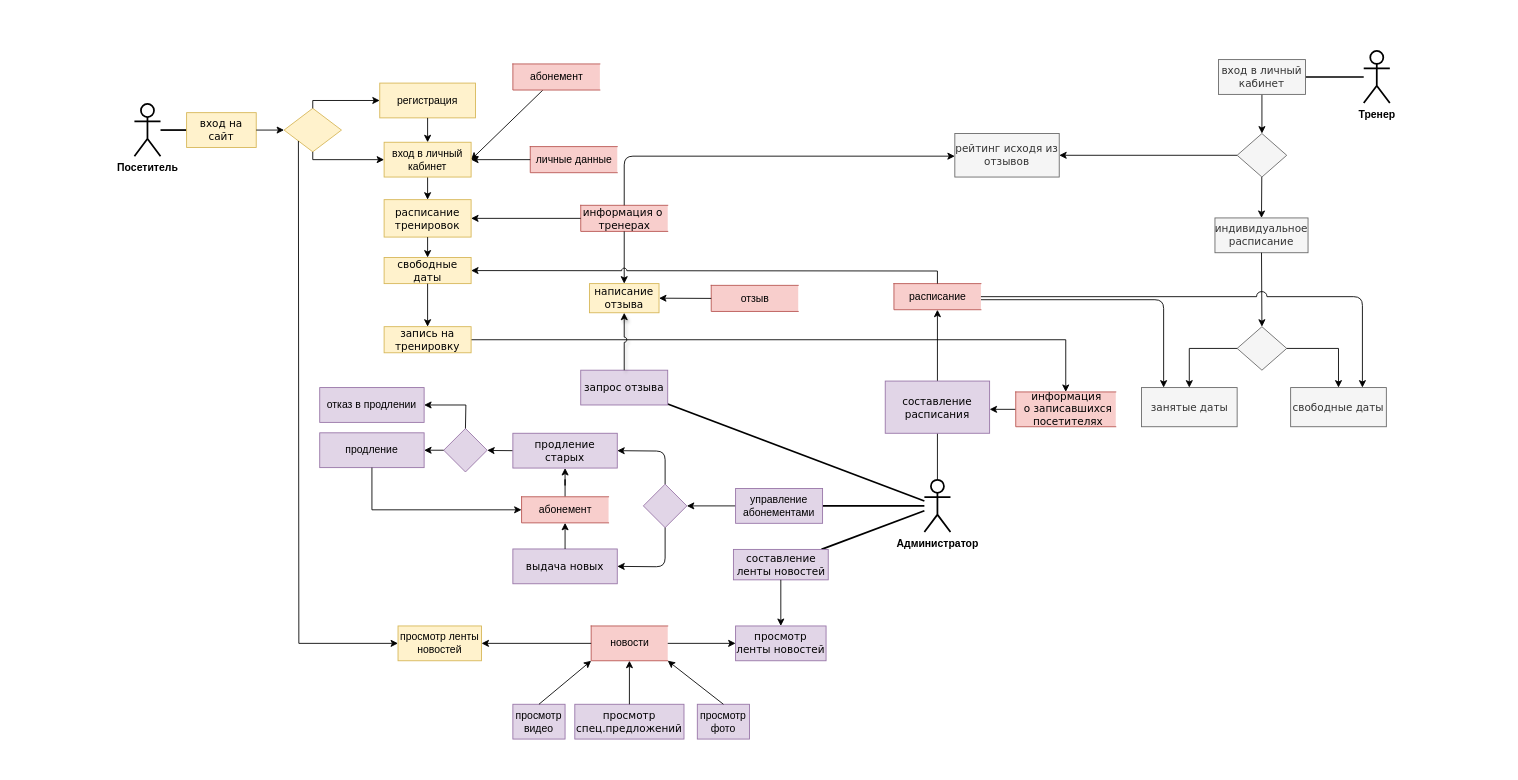
yuliapyrikova/- keeps this draw.io diagram as Diagrams/DFD2.drawio. Above is the earlier version. Source tidied: cells renumbered, new cells numbered last; positions are measured from the earlier drawing's top-left corner, leaving out a move shared by most shapes. Both pictures are drawn from the tidied source at 87%, with x=0, y=0 at pixel (134, 50).
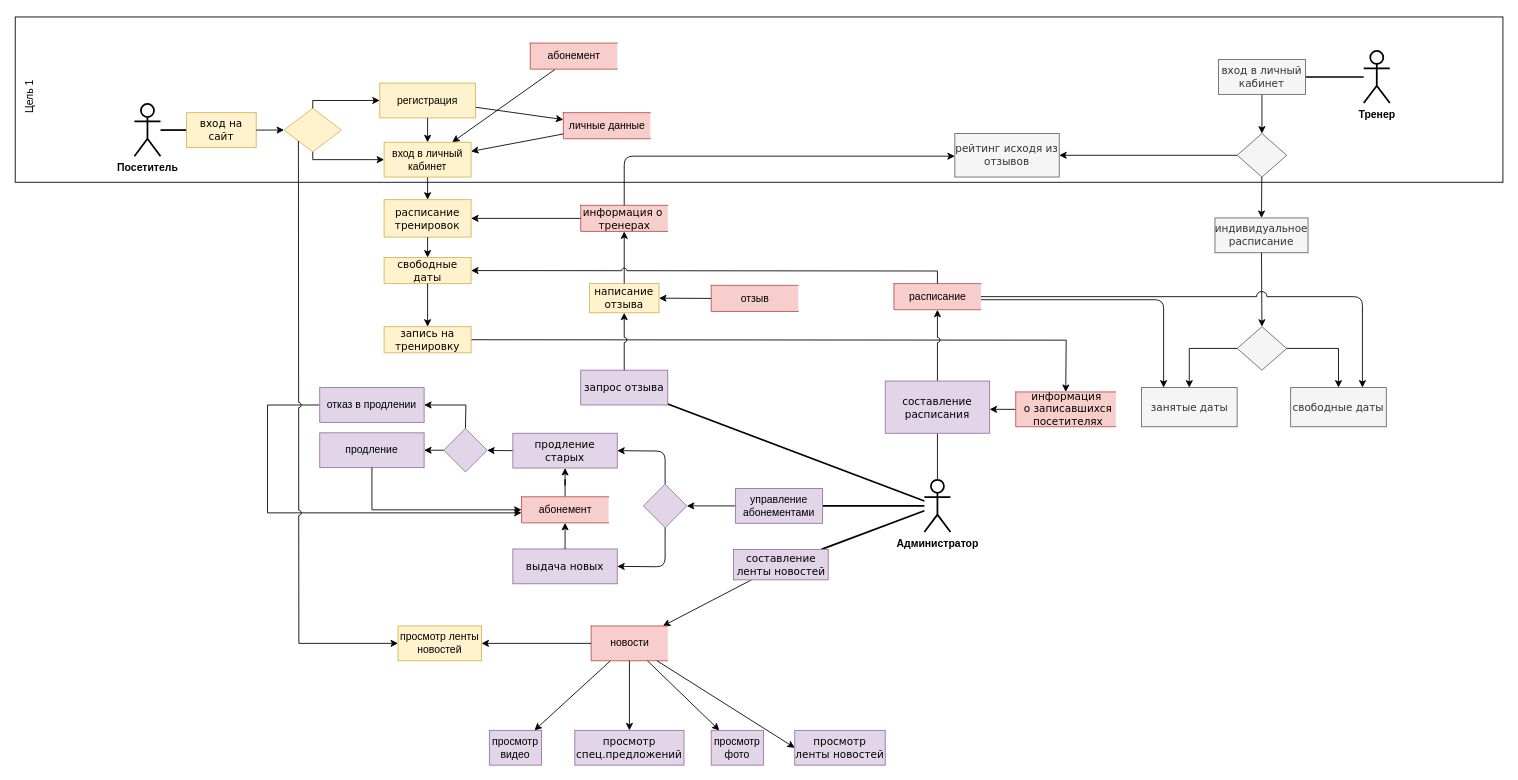
After the change.

Unchanged cells that the change refers to:
```xml
<mxCell id="16" value="&lt;font face=&quot;Verdana&quot;&gt;информация о&amp;nbsp;&lt;br&gt;тренерах&lt;/font&gt;" style="html=1;dashed=0;whitespace=wrap;shape=partialRectangle;right=0;fontSize=12;strokeWidth=1;fillColor=#f8cecc;strokeColor=#b85450;" parent="1" vertex="1">
  <mxGeometry x="513" y="177.5" width="100" height="30" as="geometry" />
</mxCell>
<mxCell id="21" value="&lt;font face=&quot;Verdana&quot;&gt;запись на тренировку&lt;/font&gt;" style="whiteSpace=wrap;html=1;rounded=0;strokeWidth=1;hachureGap=4;fillColor=#fff2cc;strokeColor=#d6b656;" parent="1" vertex="1">
  <mxGeometry x="287" y="317" width="100" height="30" as="geometry" />
</mxCell>
<mxCell id="29" value="&lt;font face=&quot;Verdana&quot;&gt;информация&lt;br&gt;&amp;nbsp;о записавшихся&lt;br&gt;&amp;nbsp;посетителях&lt;/font&gt;" style="html=1;dashed=0;whitespace=wrap;shape=partialRectangle;right=0;fontSize=12;strokeWidth=1;fillColor=#f8cecc;strokeColor=#b85450;" parent="1" vertex="1">
  <mxGeometry x="1013" y="392" width="115" height="40" as="geometry" />
</mxCell>
<mxCell id="41" value="&lt;font face=&quot;Verdana&quot;&gt;составление расписания&lt;/font&gt;" style="rounded=0;whiteSpace=wrap;html=1;strokeWidth=1;fillColor=#e1d5e7;strokeColor=#9673a6;" parent="1" vertex="1">
  <mxGeometry x="863" y="379.5" width="120" height="60" as="geometry" />
</mxCell>
<mxCell id="42" value="&lt;font face=&quot;Verdana&quot;&gt;написание отзыва&lt;/font&gt;" style="whiteSpace=wrap;html=1;dashed=0;strokeWidth=1;fillColor=#fff2cc;strokeColor=#d6b656;" parent="1" vertex="1">
  <mxGeometry x="523" y="267.5" width="80" height="33.5" as="geometry" />
</mxCell>
<mxCell id="47" value="&lt;font face=&quot;Verdana&quot;&gt;составление ленты новостей&lt;/font&gt;" style="rounded=0;whiteSpace=wrap;html=1;strokeWidth=1;fillColor=#e1d5e7;strokeColor=#9673a6;" parent="1" vertex="1">
  <mxGeometry x="688.5" y="573" width="109" height="35" as="geometry" />
</mxCell>
<mxCell id="48" value="&lt;font face=&quot;Verdana&quot;&gt;запрос отзыва&lt;/font&gt;" style="rounded=0;whiteSpace=wrap;html=1;strokeWidth=1;fillColor=#e1d5e7;strokeColor=#9673a6;" parent="1" vertex="1">
  <mxGeometry x="513" y="367" width="100" height="40" as="geometry" />
</mxCell>
<mxCell id="50" value="новости" style="html=1;dashed=0;whitespace=wrap;shape=partialRectangle;right=0;fontSize=12;strokeWidth=1;fillColor=#f8cecc;strokeColor=#b85450;" parent="1" vertex="1">
  <mxGeometry x="525" y="661" width="88" height="40" as="geometry" />
</mxCell>
<mxCell id="52" value="расписание" style="html=1;dashed=0;whitespace=wrap;shape=partialRectangle;right=0;fillColor=#f8cecc;strokeColor=#b85450;" parent="1" vertex="1">
  <mxGeometry x="873" y="267.5" width="100" height="30" as="geometry" />
</mxCell>
<mxCell id="54" value="абонемент" style="html=1;dashed=0;whitespace=wrap;shape=partialRectangle;right=0;fillColor=#f8cecc;strokeColor=#b85450;" parent="1" vertex="1">
  <mxGeometry x="445" y="512.5" width="100" height="30" as="geometry" />
</mxCell>
<mxCell id="56" value="регистрация" style="rounded=0;whiteSpace=wrap;html=1;hachureGap=4;strokeWidth=1;fillColor=#fff2cc;strokeColor=#d6b656;" parent="1" vertex="1">
  <mxGeometry x="282" y="37" width="110" height="40" as="geometry" />
</mxCell>
<mxCell id="64" value="отказ в продлении" style="rounded=0;whiteSpace=wrap;html=1;strokeWidth=1;fillColor=#e1d5e7;strokeColor=#9673a6;" parent="1" vertex="1">
  <mxGeometry x="213" y="387" width="120" height="40" as="geometry" />
</mxCell>
<mxCell id="66" value="вход в личный кабинет" style="rounded=0;whiteSpace=wrap;html=1;hachureGap=4;strokeWidth=1;fillColor=#fff2cc;strokeColor=#d6b656;" parent="1" vertex="1">
  <mxGeometry x="287" y="105" width="100" height="40" as="geometry" />
</mxCell>
```

Change to the diagram source:
```diff
@@
-    <mxCell id="20" style="edgeStyle=orthogonalEdgeStyle;rounded=0;jettySize=auto;html=1;endArrow=classic;endFill=1;" parent="1" edge="1" source="21" target="29">
-      <mxGeometry relative="1" as="geometry" />
+    <mxCell id="20" style="edgeStyle=orthogonalEdgeStyle;rounded=0;orthogonalLoop=1;jettySize=auto;html=1;endArrow=classic;endFill=1;jumpStyle=arc;" parent="1" edge="1">
+      <mxGeometry relative="1" as="geometry">
+        <mxPoint x="387" y="332" as="sourcePoint" />
+        <mxPoint x="1070.5" y="392" as="targetPoint" />
+      </mxGeometry>
     </mxCell>
@@
-    <mxCell id="40" style="edgeStyle=orthogonalEdgeStyle;rounded=0;jettySize=auto;html=1;endArrow=classic;endFill=1;" parent="1" edge="1" source="41" target="52">
+    <mxCell id="40" style="edgeStyle=orthogonalEdgeStyle;rounded=0;jettySize=auto;html=1;endArrow=classic;endFill=1;jumpStyle=arc;" parent="1" edge="1" source="41" target="52">
       <mxGeometry relative="1" as="geometry" />
     </mxCell>
@@
-    <mxCell id="43" style="endArrow=classic;html=1;strokeWidth=1;entryX=0.5;entryY=0;entryDx=0;entryDy=0;" parent="1" edge="1" source="16" target="42">
+    <mxCell id="43" style="endArrow=classic;html=1;strokeWidth=1;exitX=0.5;exitY=0;exitDx=0;exitDy=0;entryX=0.5;entryY=1;entryDx=0;entryDy=0;" parent="1" edge="1" source="42" target="16">
       <mxGeometry relative="1" as="geometry" />
     </mxCell>
@@
+    <mxCell id="92" style="rounded=0;jettySize=auto;html=1;startArrow=none;startFill=0;endArrow=classic;endFill=1;" parent="1" edge="1" source="47" target="50">
+      <mxGeometry relative="1" as="geometry" />
+    </mxCell>
@@
+    <mxCell id="93" style="edgeStyle=none;rounded=0;jettySize=auto;html=1;startArrow=none;startFill=0;endArrow=classic;endFill=1;" parent="1" edge="1" source="56" target="81">
+      <mxGeometry relative="1" as="geometry" />
+    </mxCell>
@@
-    <mxCell id="58" style="endArrow=classic;html=1;rounded=0;entryX=1;entryY=0.5;entryDx=0;entryDy=0;" parent="1" edge="1" source="61" target="66">
+    <mxCell id="58" style="endArrow=classic;html=1;rounded=0;" parent="1" edge="1" source="61" target="66">
       <mxGeometry relative="1" as="geometry" />
     </mxCell>
@@
     <mxCell id="61" value="абонемент" style="html=1;dashed=0;whitespace=wrap;shape=partialRectangle;right=0;fontSize=12;strokeWidth=1;fillColor=#f8cecc;strokeColor=#b85450;" parent="1" vertex="1">
-      <mxGeometry x="435" y="15" width="100" height="30" as="geometry" />
+      <mxGeometry x="455" y="-9" width="100" height="30" as="geometry" />
     </mxCell>
@@
+    <mxCell id="94" style="edgeStyle=orthogonalEdgeStyle;rounded=0;jettySize=auto;html=1;startArrow=none;startFill=0;endArrow=classic;endFill=1;" parent="1" edge="1" source="64" target="54">
+      <mxGeometry relative="1" as="geometry">
+        <Array as="points">
+          <mxPoint x="153" y="407" />
+          <mxPoint x="153" y="531" />
+        </Array>
+      </mxGeometry>
+    </mxCell>
@@
     <mxCell id="69" value="&lt;font face=&quot;Verdana&quot;&gt;просмотр ленты новостей&lt;/font&gt;" style="rounded=0;whiteSpace=wrap;html=1;strokeWidth=1;fillColor=#e1d5e7;strokeColor=#9673a6;" parent="1" vertex="1">
-      <mxGeometry x="691" y="661" width="104" height="40" as="geometry" />
+      <mxGeometry x="759" y="781" width="104" height="40" as="geometry" />
     </mxCell>
@@
-    <mxCell id="71" style="endArrow=classic;html=1;rounded=0;exitX=0.5;exitY=1;exitDx=0;exitDy=0;entryX=0.5;entryY=0;entryDx=0;entryDy=0;" parent="1" edge="1" source="47" target="69">
-      <mxGeometry relative="1" as="geometry" />
-    </mxCell>
@@
-    <mxCell id="77" style="endArrow=classic;html=1;rounded=0;shadow=1;jumpStyle=arc;exitX=0.5;exitY=0;exitDx=0;exitDy=0;entryX=0.5;entryY=1;entryDx=0;entryDy=0;" parent="1" edge="1" source="48" target="42">
+    <mxCell id="77" style="endArrow=classic;html=1;rounded=0;shadow=0;jumpStyle=arc;exitX=0.5;exitY=0;exitDx=0;exitDy=0;entryX=0.5;entryY=1;entryDx=0;entryDy=0;" parent="1" edge="1" source="48" target="42">
       <mxGeometry relative="1" as="geometry" />
     </mxCell>
@@
     <mxCell id="81" value="личные данные" style="html=1;dashed=0;whitespace=wrap;shape=partialRectangle;right=0;fontSize=12;strokeWidth=1;fillColor=#f8cecc;strokeColor=#b85450;" parent="1" vertex="1">
-      <mxGeometry x="455" y="110" width="100" height="30" as="geometry" />
+      <mxGeometry x="493" y="71" width="100" height="30" as="geometry" />
     </mxCell>
-    <mxCell id="82" style="endArrow=classic;html=1;rounded=0;shadow=0;strokeWidth=1;exitX=0;exitY=0.5;exitDx=0;exitDy=0;entryX=1;entryY=0.5;entryDx=0;entryDy=0;" parent="1" edge="1" source="81" target="66">
+    <mxCell id="82" style="endArrow=classic;html=1;rounded=0;shadow=0;strokeWidth=1;" parent="1" edge="1" source="81" target="66">
       <mxGeometry relative="1" as="geometry" />
     </mxCell>
@@
     <mxCell id="84" value="просмотр фото" style="rounded=0;whiteSpace=wrap;html=1;strokeWidth=1;fillColor=#e1d5e7;strokeColor=#9673a6;" parent="1" vertex="1">
-      <mxGeometry x="647" y="751" width="60" height="40" as="geometry" />
+      <mxGeometry x="663" y="781" width="60" height="40" as="geometry" />
     </mxCell>
-    <mxCell id="85" style="endArrow=classic;html=1;rounded=0;entryX=1;entryY=1;entryDx=0;entryDy=0;exitX=0.5;exitY=0;exitDx=0;exitDy=0;" parent="1" edge="1" source="84" target="50">
+    <mxCell id="85" style="endArrow=classic;html=1;rounded=0;" parent="1" edge="1" source="50" target="84">
       <mxGeometry relative="1" as="geometry" />
     </mxCell>
@@
     <mxCell id="88" value="просмотр видео" style="rounded=0;whiteSpace=wrap;html=1;strokeWidth=1;fillColor=#e1d5e7;strokeColor=#9673a6;" parent="1" vertex="1">
-      <mxGeometry x="435" y="751" width="60" height="40" as="geometry" />
+      <mxGeometry x="408" y="781" width="60" height="40" as="geometry" />
     </mxCell>
     <mxCell id="89" value="&lt;font face=&quot;Verdana&quot;&gt;просмотр спец.предложений&lt;/font&gt;" style="rounded=0;whiteSpace=wrap;html=1;strokeWidth=1;fillColor=#e1d5e7;strokeColor=#9673a6;" parent="1" vertex="1">
-      <mxGeometry x="506.2" y="751" width="125.5" height="40" as="geometry" />
+      <mxGeometry x="506.2" y="781" width="125.5" height="40" as="geometry" />
     </mxCell>
-    <mxCell id="90" style="endArrow=classic;html=1;rounded=0;exitX=0.5;exitY=0;exitDx=0;exitDy=0;entryX=0;entryY=1;entryDx=0;entryDy=0;" parent="1" edge="1" source="88" target="50">
+    <mxCell id="90" style="endArrow=classic;html=1;rounded=0;" parent="1" edge="1" source="50" target="88">
       <mxGeometry relative="1" as="geometry" />
     </mxCell>
-    <mxCell id="91" style="endArrow=classic;html=1;rounded=0;exitX=0.5;exitY=0;exitDx=0;exitDy=0;entryX=0.5;entryY=1;entryDx=0;entryDy=0;" parent="1" edge="1" source="89" target="50">
+    <mxCell id="91" style="endArrow=classic;html=1;rounded=0;" parent="1" edge="1" source="50" target="89">
       <mxGeometry relative="1" as="geometry" />
     </mxCell>
+    <mxCell id="95" style="rounded=0;whiteSpace=wrap;html=1;fillColor=none;" parent="1" vertex="1">
+      <mxGeometry x="-137" y="-39" width="1710" height="190" as="geometry" />
+    </mxCell>
+    <mxCell id="96" value="Цель 1" style="text;html=1;strokeColor=none;fillColor=none;align=center;verticalAlign=middle;whiteSpace=wrap;rounded=0;rotation=-90;" parent="1" vertex="1">
+      <mxGeometry x="-214.2" y="38.2" width="188.5" height="30" as="geometry" />
+    </mxCell>
```
